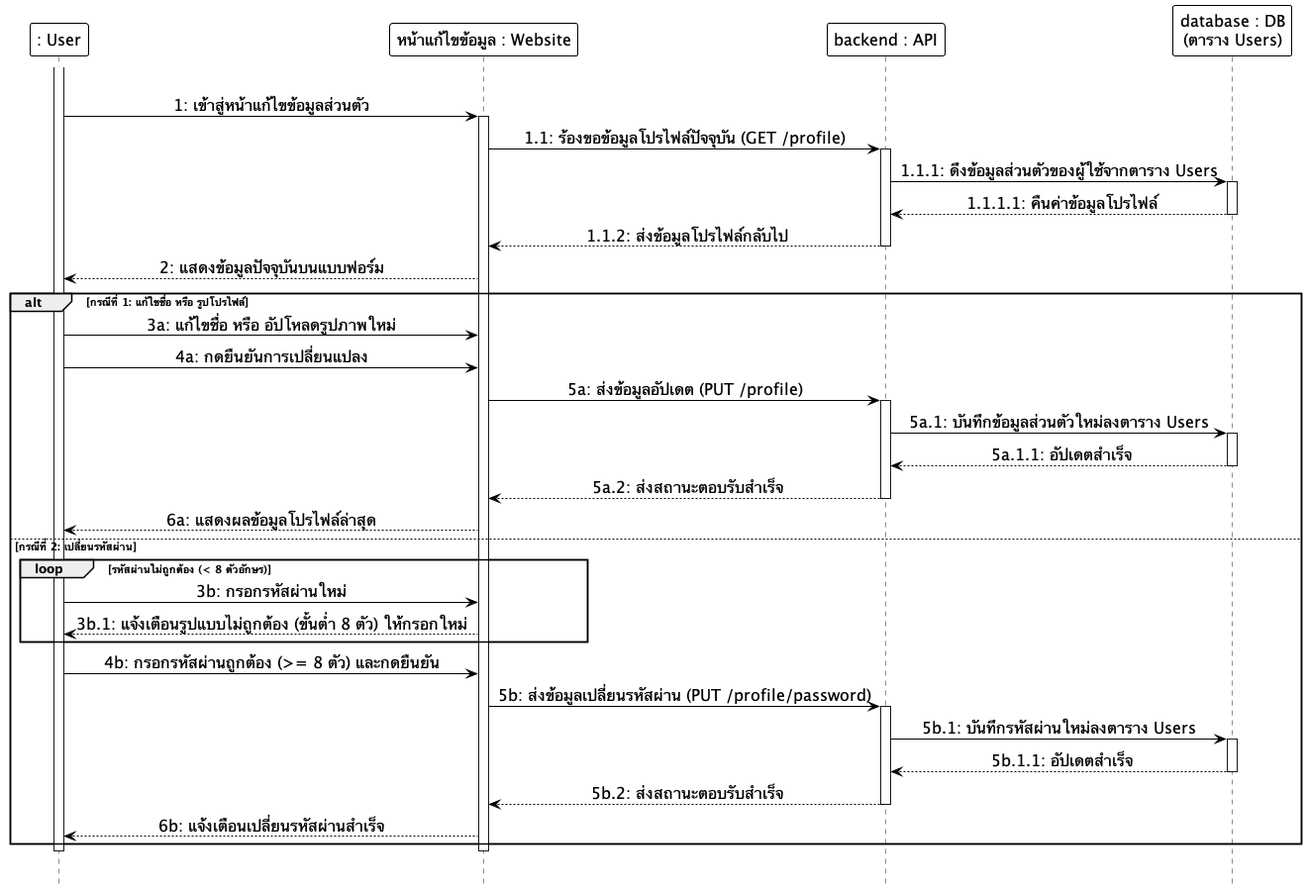
The PlantUML diagram docs/diagrams/images/sequence/sequence_02_edit_profile.png in Anatta-at/my-portfolio-app, before a commit.
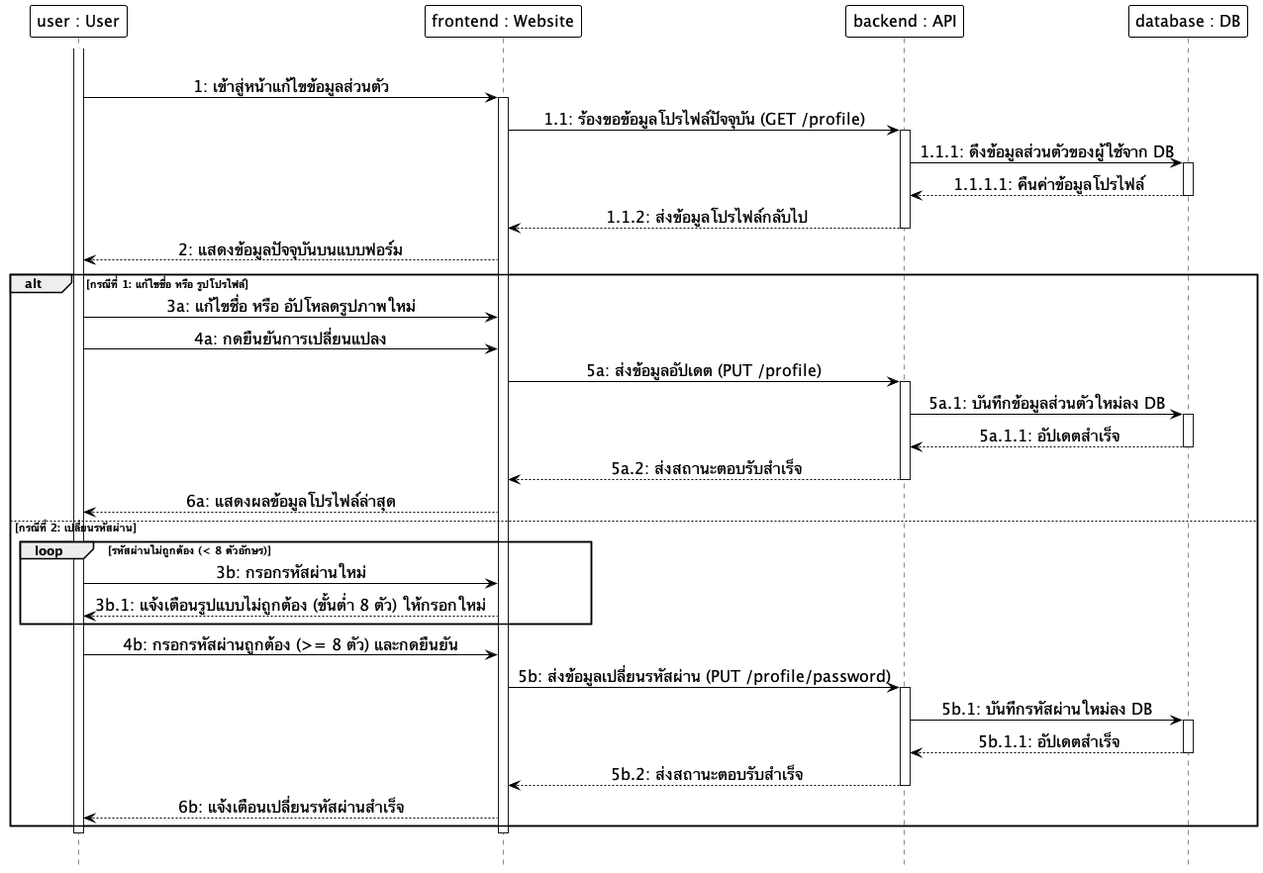
After the commit.

Diff of the diagram source:
```diff
@@ -16,10 +16,10 @@
 skinparam ArrowFontSize 16
 skinparam sequenceMessageAlign center
 
-participant ": User" as User
-participant "หน้าแก้ไขข้อมูล : Website" as Frontend
+participant "user : User" as User
+participant "frontend : Website" as Frontend
 participant "backend : API" as Backend
-participant "database : DB\n(ตาราง Users)" as DB
+participant "database : DB" as DB
 
 |||
 activate User
@@ -27,7 +27,7 @@
 activate Frontend
 Frontend -> Backend: 1.1: ร้องขอข้อมูลโปรไฟล์ปัจจุบัน (GET /profile)
 activate Backend
-Backend -> DB: 1.1.1: ดึงข้อมูลส่วนตัวของผู้ใช้จากตาราง Users
+Backend -> DB: 1.1.1: ดึงข้อมูลส่วนตัวของผู้ใช้จาก DB
 activate DB
 DB --> Backend: 1.1.1.1: คืนค่าข้อมูลโปรไฟล์
 deactivate DB
@@ -40,7 +40,7 @@
     User -> Frontend: 4a: กดยืนยันการเปลี่ยนแปลง
     Frontend -> Backend: 5a: ส่งข้อมูลอัปเดต (PUT /profile)
     activate Backend
-    Backend -> DB: 5a.1: บันทึกข้อมูลส่วนตัวใหม่ลงตาราง Users
+    Backend -> DB: 5a.1: บันทึกข้อมูลส่วนตัวใหม่ลง DB
     activate DB
     DB --> Backend: 5a.1.1: อัปเดตสำเร็จ
     deactivate DB
@@ -56,7 +56,7 @@
     User -> Frontend: 4b: กรอกรหัสผ่านถูกต้อง (>= 8 ตัว) และกดยืนยัน
     Frontend -> Backend: 5b: ส่งข้อมูลเปลี่ยนรหัสผ่าน (PUT /profile/password)
     activate Backend
-    Backend -> DB: 5b.1: บันทึกรหัสผ่านใหม่ลงตาราง Users
+    Backend -> DB: 5b.1: บันทึกรหัสผ่านใหม่ลง DB
     activate DB
     DB --> Backend: 5b.1.1: อัปเดตสำเร็จ
     deactivate DB
```
